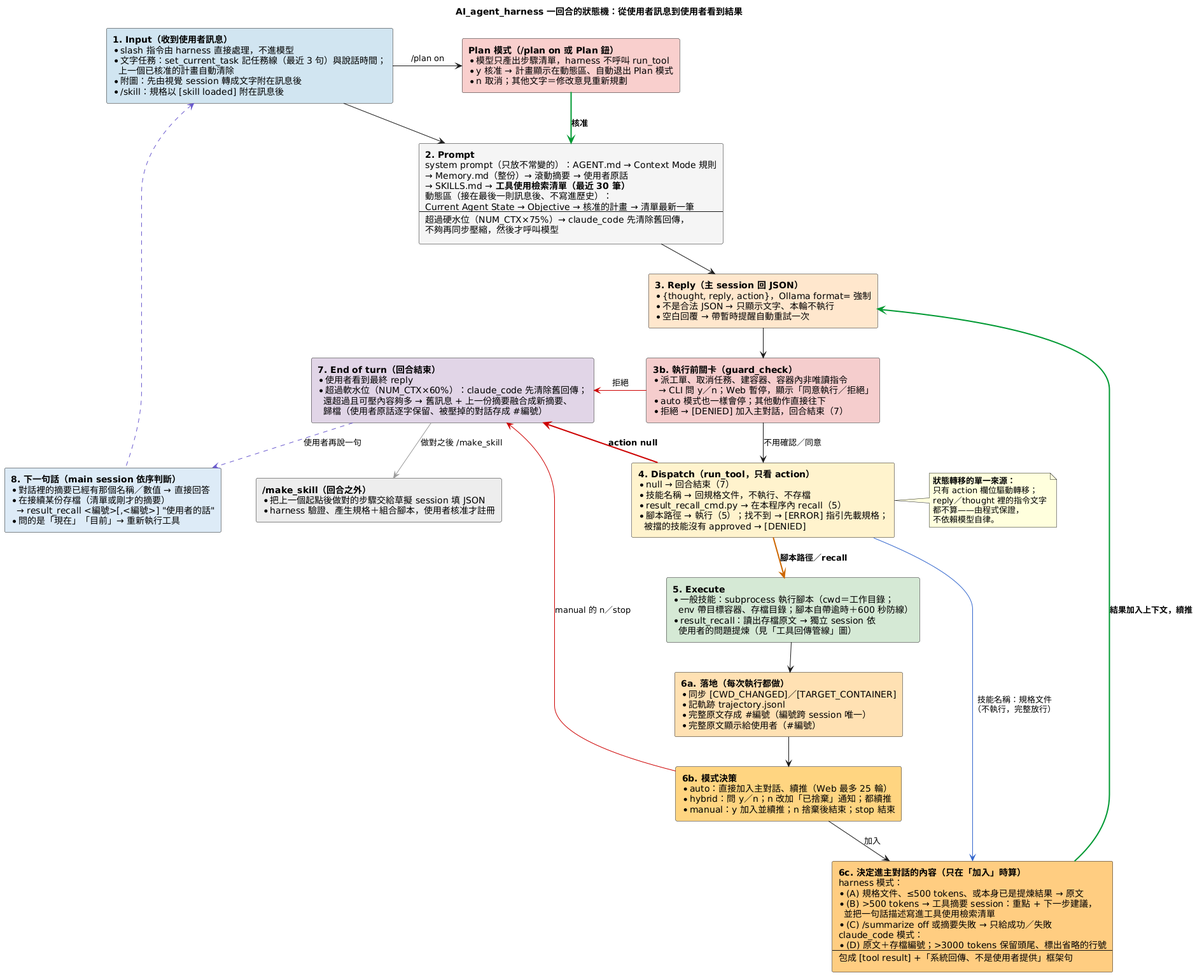
Before: doc/images/AI_agent_harness的狀態轉移.png, a diagram exported from PlantUML (DavidZox/AI_agent_harness).
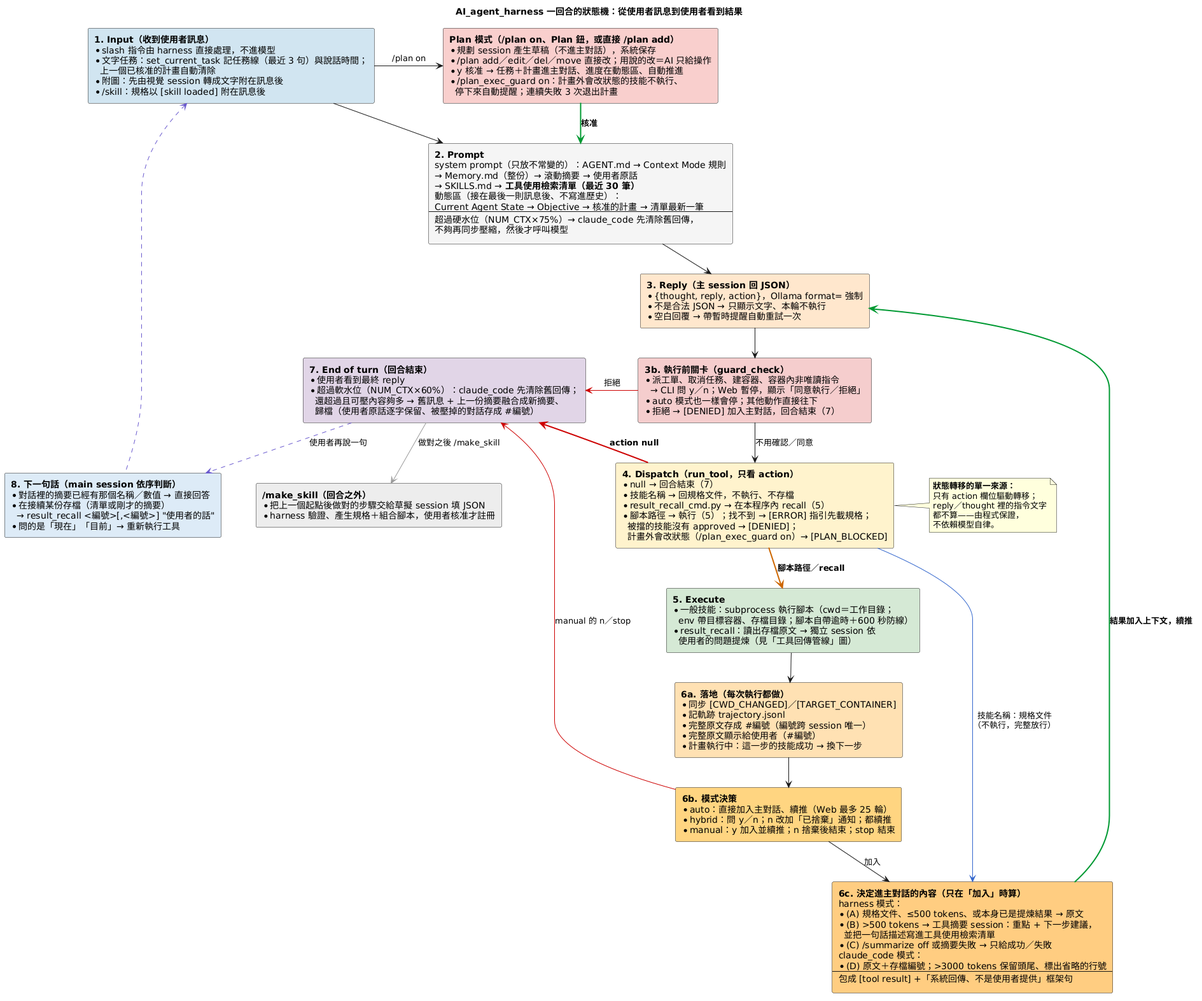
The same diagram one commit later.

What changed in the source:
```diff
@@ -49,7 +49,8 @@
   * 技能名稱 → 回規格文件，不執行、不存檔
   * result_recall_cmd.py → 在本程序內 recall（5）
   * 腳本路徑 → 執行（5）；找不到 → [ERROR] 指引先載規格；
-    被擋的技能沒有 approved → [DENIED]
+    被擋的技能沒有 approved → [DENIED]；
+    計畫外會改狀態（/plan_exec_guard on）→ [PLAN_BLOCKED]
 ]
 
 rectangle State5 #D5E8D4 [
@@ -66,6 +67,7 @@
   * 記軌跡 trajectory.jsonl
   * 完整原文存成 #編號（編號跨 session 唯一）
   * 完整原文顯示給使用者（#編號）
+  * 計畫執行中：這一步的技能成功 → 換下一步
 ]
 
 rectangle State6b #FFD580 [
@@ -105,10 +107,12 @@
 ]
 
 rectangle StatePlan #F8CECC [
-  **Plan 模式（/plan on 或 Plan 鈕）**
-  * 模型只產出步驟清單，harness 不呼叫 run_tool
-  * y 核准 → 計畫顯示在動態區、自動退出 Plan 模式
-  * n 取消；其他文字＝修改意見重新規劃
+  **Plan 模式（/plan on、Plan 鈕，或直接 /plan add）**
+  * 規劃 session 產生草稿（不進主對話），系統保存
+  * /plan add／edit／del／move 直接改；用說的改＝AI 只給操作
+  * y 核准 → 任務＋計畫進主對話、進度在動態區、自動推進
+  * /plan_exec_guard on：計畫外會改狀態的技能不執行、
+    停下來自動提醒；連續失敗 3 次退出計畫
 ]
 
 rectangle StateSkill #ECECEC [
```
